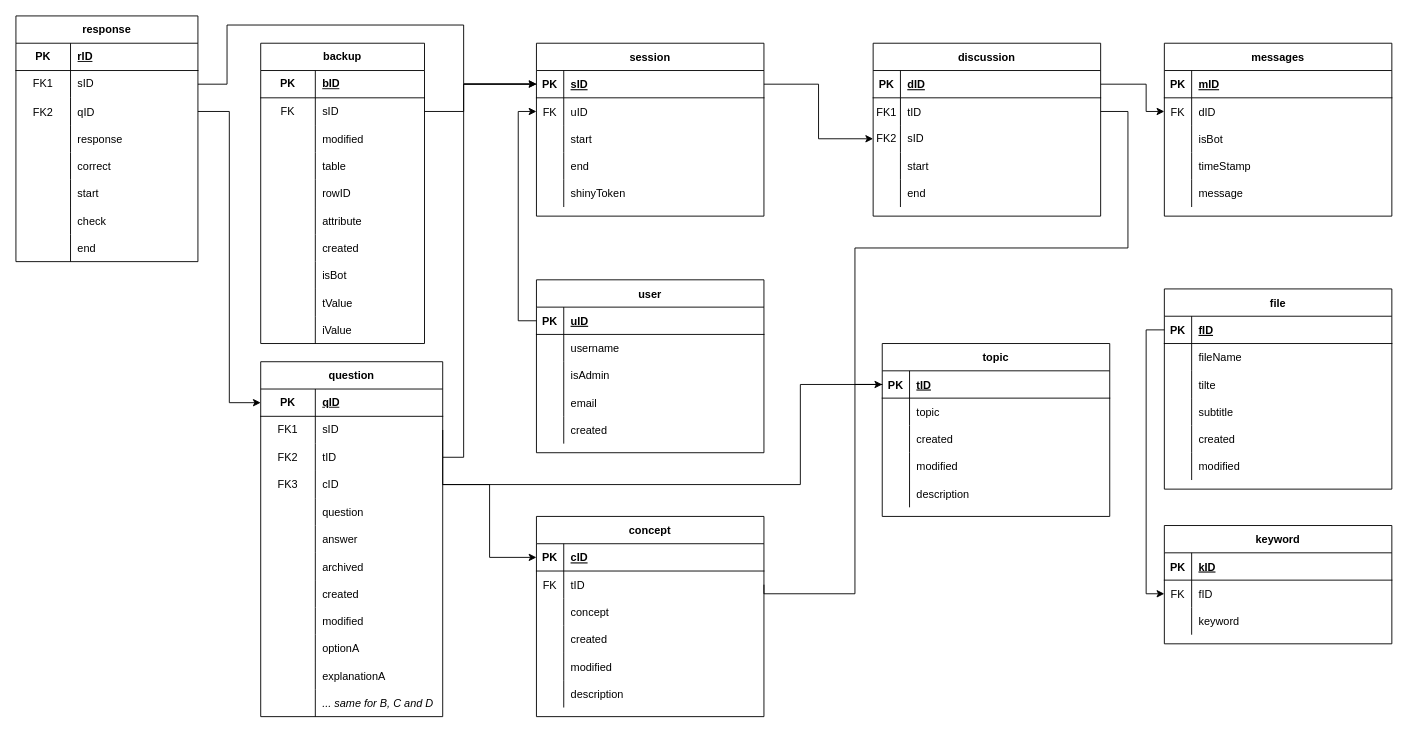
Earlier version of the draw.io diagram ACCORNS/appDB/schema.drawio (pieterjanvc/HOLLOW-TREE). Source tidied: cells renumbered, new cells numbered last; positions are measured from the earlier drawing's top-left corner, leaving out a move shared by most shapes. Both pictures are drawn from the tidied source at 91%, with x=0, y=0 at pixel (15, 15).
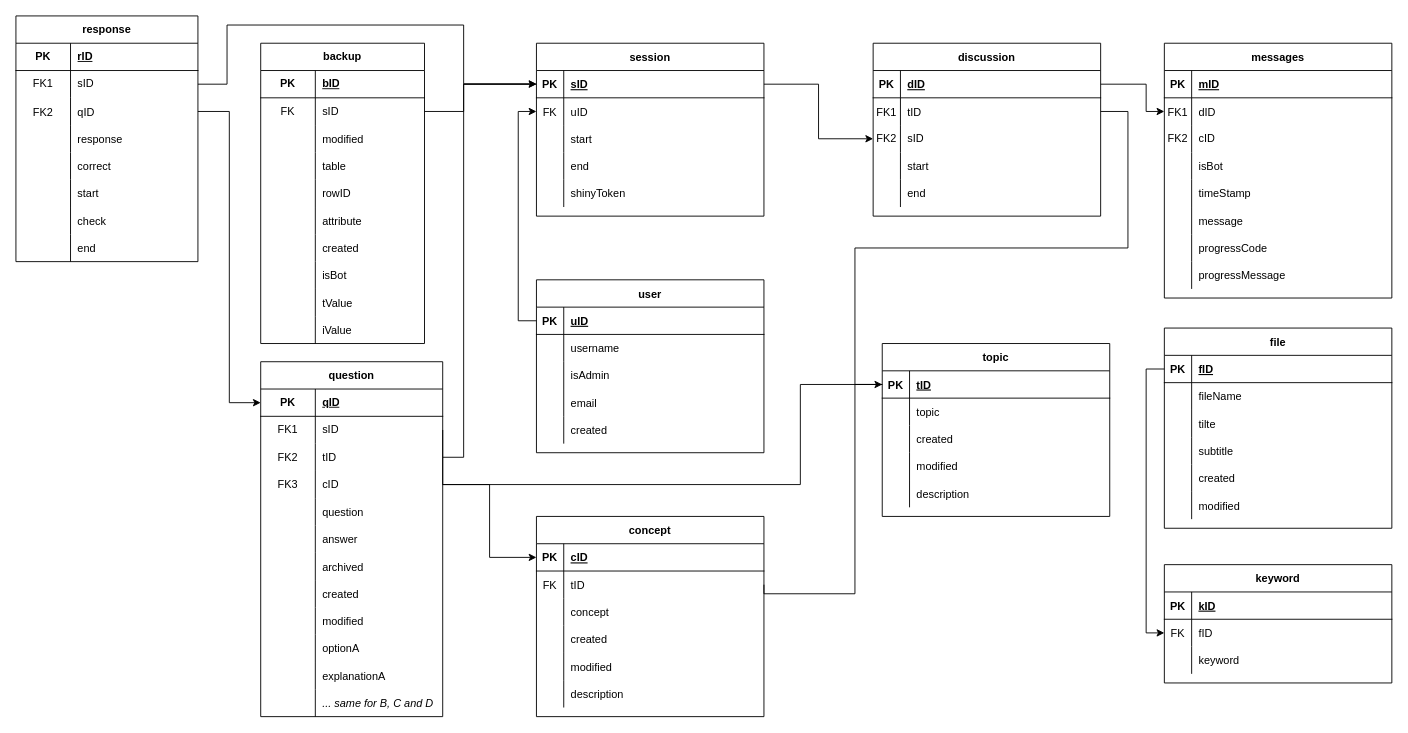
The same diagram, later.

Unchanged cells that the change refers to:
```xml
<mxCell id="54" style="shape=partialRectangle;fillColor=none;points=[[0,0.5],[1,0.5]];portConstraint=eastwest;top=0;left=0;right=0;bottom=0;" parent="50" vertex="1">
  <mxGeometry y="60" width="250" height="30" as="geometry" />
</mxCell>
```

Diff of the diagram source:
```diff
@@
     <mxCell id="50" value="messages" style="shape=table;startSize=30;childLayout=tableLayout;rowLines=0;fontStyle=1;align=center;" parent="1" vertex="1">
-      <mxGeometry x="1262" y="30" width="250" height="190" as="geometry" />
+      <mxGeometry x="1262" y="30" width="250" height="280" as="geometry" />
     </mxCell>
@@
-    <mxCell id="55" value="FK" style="shape=partialRectangle;overflow=hidden;fillColor=none;top=0;left=0;bottom=0;right=0;" parent="54" vertex="1">
+    <mxCell id="55" value="FK1" style="shape=partialRectangle;overflow=hidden;fillColor=none;top=0;left=0;bottom=0;right=0;" parent="54" vertex="1">
       <mxGeometry width="30" height="30" as="geometry" />
     </mxCell>
@@
+    <mxCell id="235" style="shape=tableRow;horizontal=0;startSize=0;swimlaneHead=0;swimlaneBody=0;fillColor=none;top=0;left=0;right=0;bottom=0;" parent="50" vertex="1">
+      <mxGeometry y="90" width="250" height="30" as="geometry" />
+    </mxCell>
+    <mxCell id="236" value="FK2" style="shape=partialRectangle;fillColor=none;top=0;left=0;bottom=0;right=0;fontStyle=0;overflow=hidden;whiteSpace=wrap;html=1;" parent="235" vertex="1">
+      <mxGeometry width="30" height="30" as="geometry" />
+    </mxCell>
+    <mxCell id="237" value="cID" style="shape=partialRectangle;fillColor=none;top=0;left=0;bottom=0;right=0;align=left;spacingLeft=6;fontStyle=0;overflow=hidden;whiteSpace=wrap;html=1;" parent="235" vertex="1">
+      <mxGeometry x="30" width="220" height="30" as="geometry" />
+    </mxCell>
     <mxCell id="57" style="shape=partialRectangle;fillColor=none;top=0;left=0;right=0;bottom=0;" parent="50" vertex="1">
-      <mxGeometry y="90" width="250" height="30" as="geometry" />
+      <mxGeometry y="120" width="250" height="30" as="geometry" />
     </mxCell>
@@
     <mxCell id="60" style="shape=tableRow;horizontal=0;startSize=0;swimlaneHead=0;swimlaneBody=0;fillColor=none;top=0;left=0;right=0;bottom=0;" parent="50" vertex="1">
-      <mxGeometry y="120" width="250" height="30" as="geometry" />
+      <mxGeometry y="150" width="250" height="30" as="geometry" />
     </mxCell>
@@
     <mxCell id="63" style="shape=tableRow;horizontal=0;startSize=0;swimlaneHead=0;swimlaneBody=0;fillColor=none;top=0;left=0;right=0;bottom=0;" parent="50" vertex="1">
-      <mxGeometry y="150" width="250" height="30" as="geometry" />
+      <mxGeometry y="180" width="250" height="30" as="geometry" />
     </mxCell>
@@
+    <mxCell id="238" style="shape=tableRow;horizontal=0;startSize=0;swimlaneHead=0;swimlaneBody=0;fillColor=none;top=0;left=0;right=0;bottom=0;" parent="50" vertex="1">
+      <mxGeometry y="210" width="250" height="30" as="geometry" />
+    </mxCell>
+    <mxCell id="239" style="shape=partialRectangle;fillColor=none;top=0;left=0;bottom=0;right=0;overflow=hidden;" parent="238" vertex="1">
+      <mxGeometry width="30" height="30" as="geometry" />
+    </mxCell>
+    <mxCell id="240" value="progressCode" style="shape=partialRectangle;fillColor=none;top=0;left=0;bottom=0;right=0;align=left;spacingLeft=6;overflow=hidden;" parent="238" vertex="1">
+      <mxGeometry x="30" width="220" height="30" as="geometry" />
+    </mxCell>
+    <mxCell id="241" style="shape=tableRow;horizontal=0;startSize=0;swimlaneHead=0;swimlaneBody=0;fillColor=none;top=0;left=0;right=0;bottom=0;" parent="50" vertex="1">
+      <mxGeometry y="240" width="250" height="30" as="geometry" />
+    </mxCell>
+    <mxCell id="242" style="shape=partialRectangle;fillColor=none;top=0;left=0;bottom=0;right=0;overflow=hidden;" parent="241" vertex="1">
+      <mxGeometry width="30" height="30" as="geometry" />
+    </mxCell>
+    <mxCell id="243" value="progressMessage" style="shape=partialRectangle;fillColor=none;top=0;left=0;bottom=0;right=0;align=left;spacingLeft=6;overflow=hidden;" parent="241" vertex="1">
+      <mxGeometry x="30" width="220" height="30" as="geometry" />
+    </mxCell>
@@
     <mxCell id="105" value="keyword" style="shape=table;startSize=30;childLayout=tableLayout;rowLines=0;fontStyle=1;align=center;" parent="1" vertex="1">
-      <mxGeometry x="1262" y="560" width="250" height="130" as="geometry" />
+      <mxGeometry x="1262" y="603" width="250" height="130" as="geometry" />
     </mxCell>
@@
     <mxCell id="116" value="file" style="shape=table;startSize=30;childLayout=tableLayout;rowLines=0;fontStyle=1;align=center;" parent="1" vertex="1">
-      <mxGeometry x="1262" y="300" width="250" height="220" as="geometry" />
+      <mxGeometry x="1262" y="343" width="250" height="220" as="geometry" />
     </mxCell>
```
